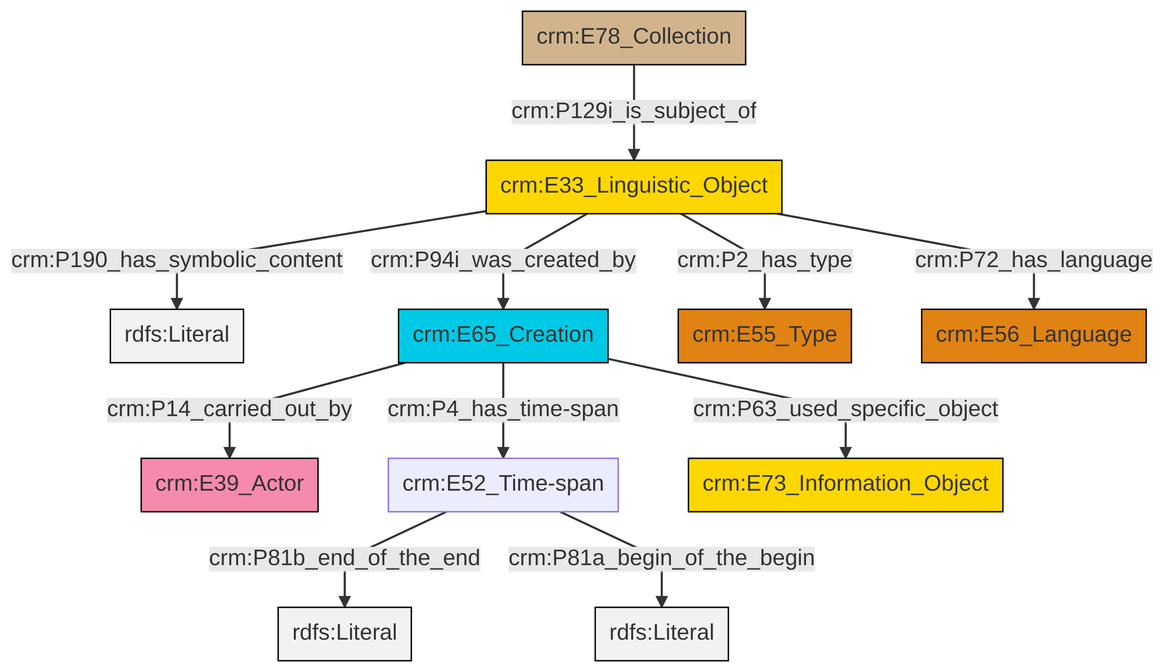
The Mermaid diagram et/archivalCSV/ttl/mmd/png/archival_desc.png in swiss-art-research-net/docs.swissartresearch, before a commit. Its source is kept beside it as et/archivalCSV/ttl/mmd/archival_desc.ttl.mmd.
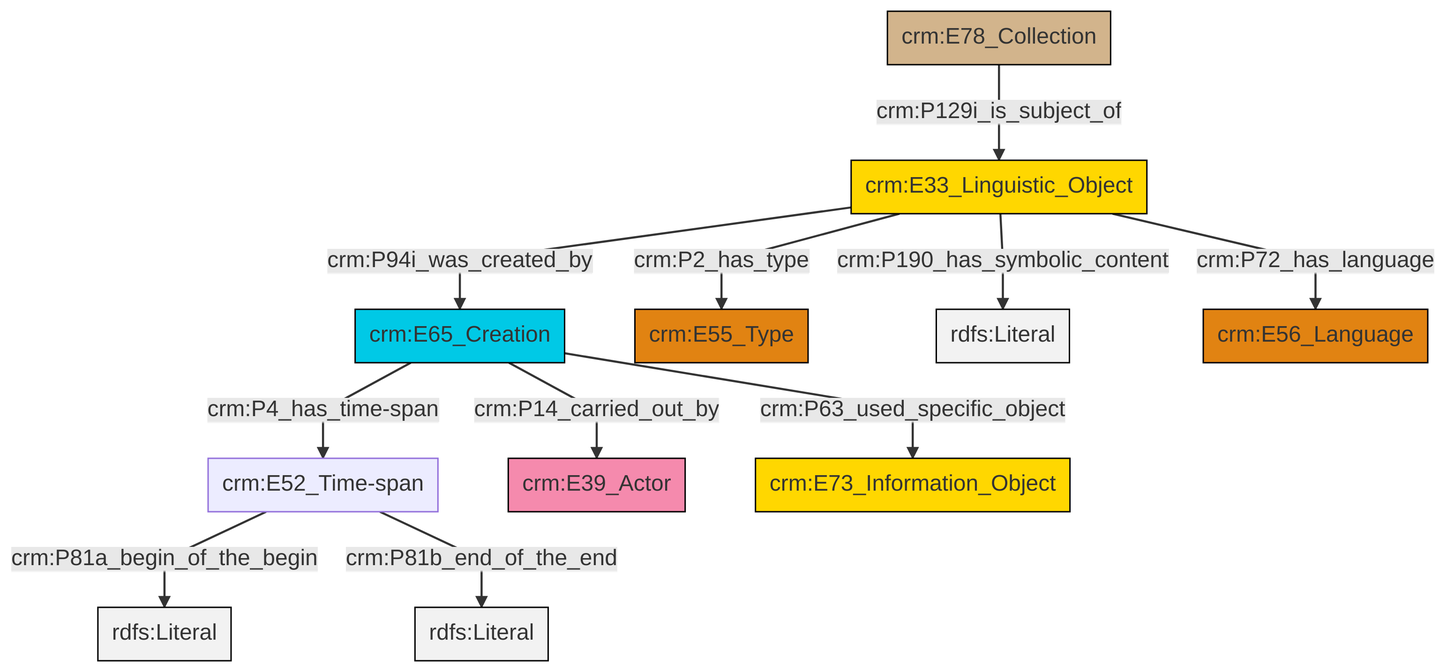
After the change.

Diff of the diagram source:
```diff
@@ -13,13 +13,13 @@
 classDef PC_Classes fill:#4ce600, stroke:#000000;
 classDef Multi fill:#cccccc,stroke:#000000;
 
-0["crm:E33_Linguistic_Object"]:::Conceptual_Object -->|crm:P190_has_symbolic_content| 1[rdfs:Literal]:::Literal
-2["crm:E65_Creation"]:::Temporal_Entity -->|crm:P14_carried_out_by| 3["crm:E39_Actor"]:::Actor
-0["crm:E33_Linguistic_Object"]:::Conceptual_Object -->|crm:P2_has_type| 4["crm:E55_Type"]:::Type
-7["crm:E52_Time-span"]:::Default -->|crm:P81b_end_of_the_end| 8[rdfs:Literal]:::Literal
-2["crm:E65_Creation"]:::Temporal_Entity -->|crm:P4_has_time-span| 7["crm:E52_Time-span"]:::Default
-10["crm:E78_Collection"]:::Physical_Thing -->|crm:P129i_is_subject_of| 0["crm:E33_Linguistic_Object"]:::Conceptual_Object
-2["crm:E65_Creation"]:::Temporal_Entity -->|crm:P63_used_specific_object| 12["crm:E73_Information_Object"]:::Conceptual_Object
-7["crm:E52_Time-span"]:::Default -->|crm:P81a_begin_of_the_begin| 15[rdfs:Literal]:::Literal
-0["crm:E33_Linguistic_Object"]:::Conceptual_Object -->|crm:P72_has_language| 16["crm:E56_Language"]:::Type
-0["crm:E33_Linguistic_Object"]:::Conceptual_Object -->|crm:P94i_was_created_by| 2["crm:E65_Creation"]:::Temporal_Entity
+2["crm:E52_Time-span"]:::Default -->|crm:P81a_begin_of_the_begin| 3[rdfs:Literal]:::Literal
+2["crm:E52_Time-span"]:::Default -->|crm:P81b_end_of_the_end| 6[rdfs:Literal]:::Literal
+0["crm:E65_Creation"]:::Temporal_Entity -->|crm:P63_used_specific_object| 9["crm:E73_Information_Object"]:::Conceptual_Object
+10["crm:E33_Linguistic_Object"]:::Conceptual_Object -->|crm:P190_has_symbolic_content| 11[rdfs:Literal]:::Literal
+0["crm:E65_Creation"]:::Temporal_Entity -->|crm:P14_carried_out_by| 4["crm:E39_Actor"]:::Actor
+0["crm:E65_Creation"]:::Temporal_Entity -->|crm:P4_has_time-span| 2["crm:E52_Time-span"]:::Default
+12["crm:E78_Collection"]:::Physical_Thing -->|crm:P129i_is_subject_of| 10["crm:E33_Linguistic_Object"]:::Conceptual_Object
+10["crm:E33_Linguistic_Object"]:::Conceptual_Object -->|crm:P72_has_language| 15["crm:E56_Language"]:::Type
+10["crm:E33_Linguistic_Object"]:::Conceptual_Object -->|crm:P2_has_type| 7["crm:E55_Type"]:::Type
+10["crm:E33_Linguistic_Object"]:::Conceptual_Object -->|crm:P94i_was_created_by| 0["crm:E65_Creation"]:::Temporal_Entity
```
